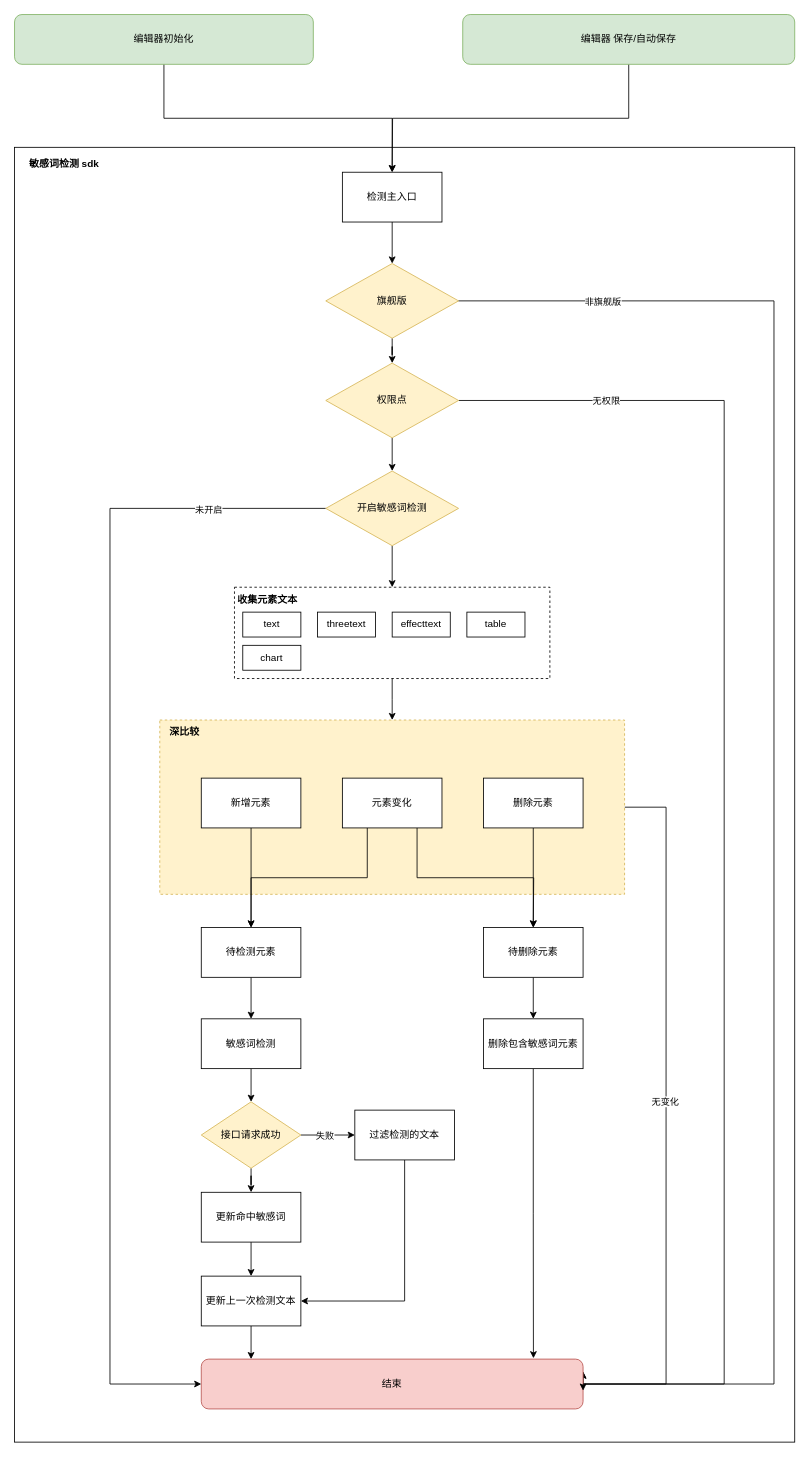
TNT-Likely/diagrams keeps this draw.io diagram as worker/ka 敏感词检测.drawio. Above is the earlier version. Source tidied: cells renumbered, new cells numbered last; positions are measured from the earlier drawing's top-left corner, leaving out a move shared by most shapes. Both pictures are drawn from the tidied source at 83%, with x=0, y=0 at pixel (14, 14).
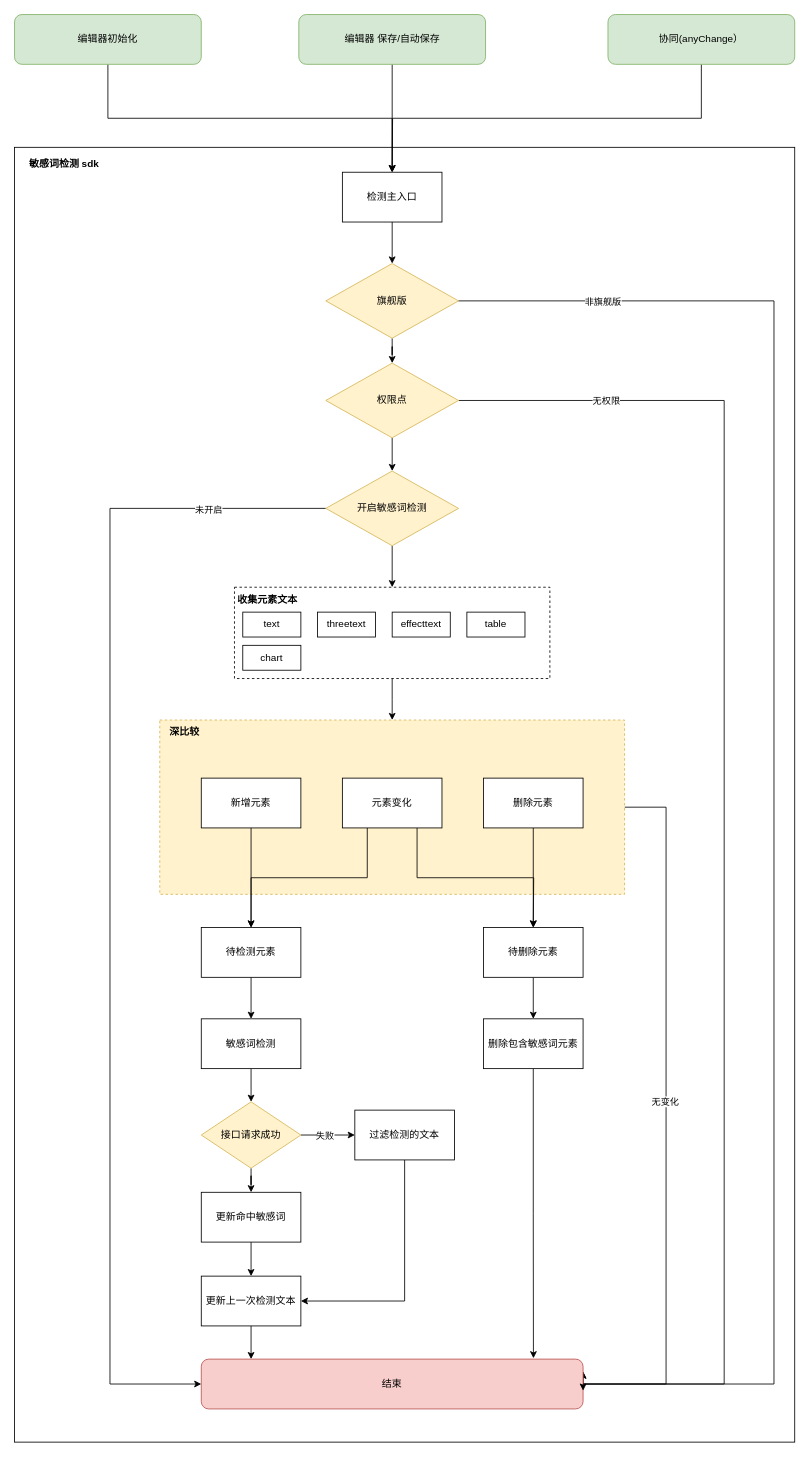
After the change.

Commit message:
更新ka 敏感词检测.drawio

Diff of the diagram source:
```diff
@@
     <mxCell id="13" value="编辑器初始化" style="rounded=1;whiteSpace=wrap;html=1;fillColor=#d5e8d4;strokeColor=#82b366;" parent="1" vertex="1">
-      <mxGeometry width="360" height="60" as="geometry" />
+      <mxGeometry width="225" height="60" as="geometry" />
     </mxCell>
@@
     <mxCell id="15" value="编辑器 保存/自动保存" style="rounded=1;whiteSpace=wrap;html=1;fillColor=#d5e8d4;strokeColor=#82b366;" parent="1" vertex="1">
-      <mxGeometry x="540" width="400" height="60" as="geometry" />
+      <mxGeometry x="342.5" width="225" height="60" as="geometry" />
     </mxCell>
@@
+    <mxCell id="61" style="edgeStyle=orthogonalEdgeStyle;rounded=0;jettySize=auto;html=1;exitX=0.5;exitY=1;exitDx=0;exitDy=0;" parent="1" edge="1" source="62">
+      <mxGeometry relative="1" as="geometry">
+        <mxPoint x="455" y="190" as="targetPoint" />
+      </mxGeometry>
+    </mxCell>
+    <mxCell id="62" value="协同(anyChange）" style="rounded=1;whiteSpace=wrap;html=1;fillColor=#d5e8d4;strokeColor=#82b366;" parent="1" vertex="1">
+      <mxGeometry x="715" width="225" height="60" as="geometry" />
+    </mxCell>
```
